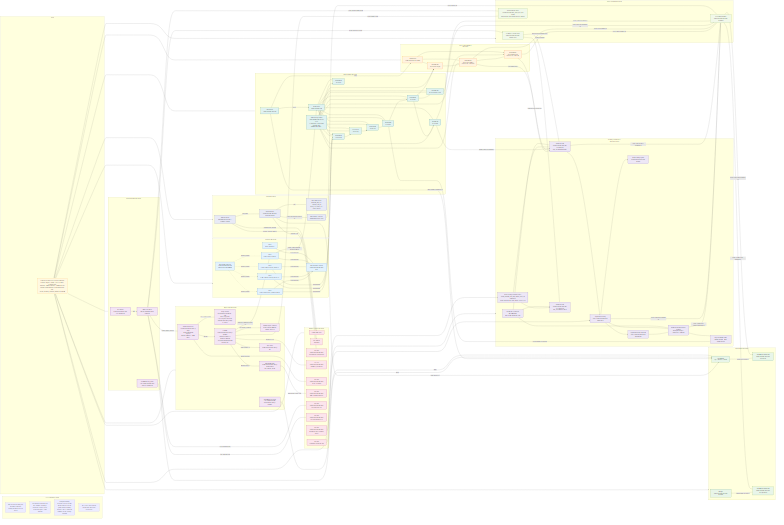
Earlier version of the Mermaid export docs/design/platform/dev_full/graph/readiness/dev_full_platform_resources_production_ready_current_v0.mermaid.png (EsosaOrumwese/fraud-detection-system). Its source is kept beside it as docs/design/platform/dev_full/graph/readiness/dev_full_platform_resources_production_ready_current_v0.mermaid.mmd.
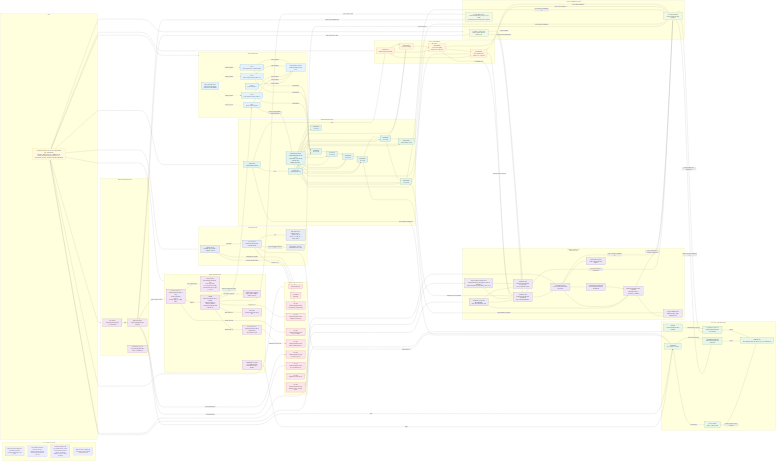
After the change.

Commit message:
Close Phase8 integrated validation

What changed in the source:
```diff
@@ -7,13 +7,13 @@
 
   subgraph LEGEND["How to Read This Graph"]
     L1["Only resources backing the currently promoted working-platform core are shown"]
-    L2["The current promoted core now includes Learning + Evolution / MLOps on top of the live ingress / EKS runtime"]
-    L3["Managed learning resources are shown only because Phase 6 closed green and the learning corridor is now a promoted member of the working platform"]
-    L4["Ops / Gov / Meta remain absent here until later proof closes"]
+    L2["The current promoted resource core now includes the full platform after integrated Phase 8 closure"]
+    L3["Managed learning and ops/governance resources are shown because they are now promoted members of the working platform"]
+    L4["Only resources backing the accepted working-platform claim are shown"]
   end
 
   subgraph NOTE["Scope"]
-    N1["Concrete resource view for the promoted Control + Ingress + RTDL + Case + Label + Learning core<br>Envelope: 3000 steady eps / 6000 burst eps<br>Current accepted Phase 6 coupled closure slice: phase6_learning_coupled_20260312T194748Z"]
+    N1["Concrete resource view for the promoted full dev_full platform<br>Envelope: 3000 steady eps / 6000 burst eps<br>Current accepted integrated closure slice: phase8_full_platform_integrated_20260313T010847Z"]
   end
 
   subgraph CONTROL["Control Resources"]
@@ -101,11 +101,13 @@
     ROLEDBX["IAM role<br>fraud-platform-dev-full-databricks-cross-account-access"]
   end
 
-  subgraph OBS["Observability Resources"]
+  subgraph OBS["Ops / Gov / Meta Resources"]
     CW["CloudWatch<br>logs / metrics / alarms"]
     DASHOPS["CloudWatch dashboard<br>fraud-platform-dev-full-operations"]
     DASHCOST["CloudWatch dashboard<br>fraud-platform-dev-full-cost-guardrail"]
+    ALARMS["Critical alarms<br>ingress / EKS / billing"]
     BUDGET["Budget<br>fraud-platform-dev-full-monthly"]
+    RUNBOOK["Runbook doc<br>docs/runbooks/dev_full_phase7_ops_gov_runbook.md"]
   end
 
   N1 --> CONTROL
@@ -225,10 +227,14 @@
   CWWSP -->|feeds| CW
   EKS -->|feeds runtime telemetry to| CW
   SFN -->|feeds metrics to| CW
+  CW -->|materializes| ALARMS
+  ALARMS -->|drive operator action through| RUNBOOK
   EVID -->|feeds operational evidence to| DASHOPS
   CW -->|feeds live posture to| DASHOPS
   EVID -->|feeds spend/proof evidence to| DASHCOST
   BUDGET -->|feeds budget posture to| DASHCOST
+  DASHOPS -->|links to| RUNBOOK
+  DASHCOST -->|links to| RUNBOOK
 
   classDef note fill:#fff8e1,stroke:#f9a825,color:#111,stroke-width:1.3px;
   classDef control fill:#e8eaf6,stroke:#3949ab,color:#111,stroke-width:1.3px;
@@ -250,4 +256,4 @@
   class DBWS,DBBUILD,DBQUALITY,DBCRED,SMTRAIN,SMBATCH,SMPKG,MLFLOW,REGISTRY learning;
   class OBJ,EVID,SSM state;
   class OIDC,ROLETF,ROLESFN,ROLELAMBDA,ROLEAPIGW,ROLEDDB,ROLEWSPEXEC,ROLEWSPRUN,ROLESM,ROLEDBX ident;
-  class CW,DASHOPS,DASHCOST,BUDGET obs;
+  class CW,DASHOPS,DASHCOST,ALARMS,BUDGET,RUNBOOK obs;
```
